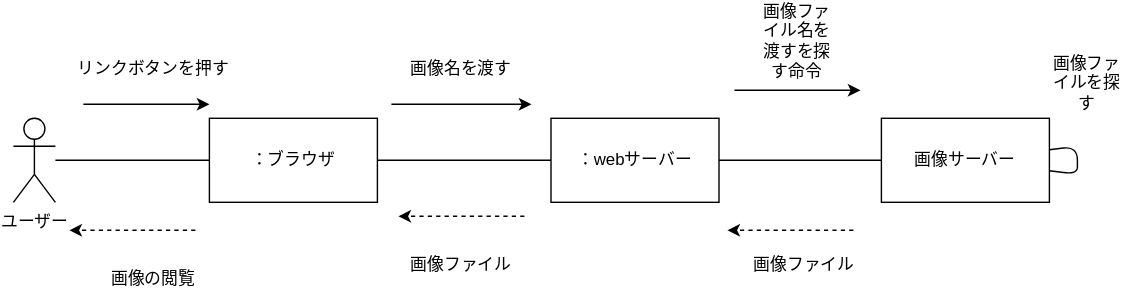
Above: 演習５-1_CD_Web画像検索.drawio.svg in allface017/uml-introduction (draw.io), before the change. Source tidied: cells renumbered, new cells last; positions are measured from the earlier drawing's top-left corner, leaving out a move shared by most shapes. Source of this version:
```xml
<mxGraphModel>
  <root>
    <mxCell id="0" />
    <mxCell id="1" parent="0" />
    <mxCell id="2" style="edgeStyle=none;html=1;endArrow=none;endFill=0;" parent="1" edge="1" source="3" target="5">
      <mxGeometry relative="1" as="geometry" />
    </mxCell>
    <mxCell id="3" value="ユーザー" style="shape=umlActor;verticalLabelPosition=bottom;verticalAlign=top;html=1;outlineConnect=0;" parent="1" vertex="1">
      <mxGeometry y="70" width="30" height="60" as="geometry" />
    </mxCell>
    <mxCell id="4" style="edgeStyle=none;html=1;endArrow=none;endFill=0;" parent="1" edge="1" source="5" target="7">
      <mxGeometry relative="1" as="geometry" />
    </mxCell>
    <mxCell id="5" value="：ブラウザ" style="rounded=0;whiteSpace=wrap;html=1;" parent="1" vertex="1">
      <mxGeometry x="140" y="70" width="120" height="60" as="geometry" />
    </mxCell>
    <mxCell id="6" style="edgeStyle=none;html=1;endArrow=none;endFill=0;" parent="1" edge="1" source="7" target="8">
      <mxGeometry relative="1" as="geometry" />
    </mxCell>
    <mxCell id="7" value="：webサーバー" style="rounded=0;whiteSpace=wrap;html=1;" parent="1" vertex="1">
      <mxGeometry x="384" y="70" width="120" height="60" as="geometry" />
    </mxCell>
    <mxCell id="8" value="画像サーバー" style="rounded=0;whiteSpace=wrap;html=1;" parent="1" vertex="1">
      <mxGeometry x="620" y="70" width="120" height="60" as="geometry" />
    </mxCell>
    <mxCell id="9" style="endArrow=classic;html=1;" parent="1" edge="1">
      <mxGeometry relative="1" as="geometry">
        <mxPoint x="50" y="60" as="sourcePoint" />
        <mxPoint x="140" y="60" as="targetPoint" />
        <Array as="points">
          <mxPoint x="80" y="60" />
        </Array>
      </mxGeometry>
    </mxCell>
    <mxCell id="10" value="リンクボタンを押す" style="text;html=1;strokeColor=none;fillColor=none;align=center;verticalAlign=middle;whiteSpace=wrap;rounded=0;" parent="1" vertex="1">
      <mxGeometry x="40" y="20" width="120" height="30" as="geometry" />
    </mxCell>
    <mxCell id="11" style="endArrow=classic;html=1;" parent="1" edge="1">
      <mxGeometry relative="1" as="geometry">
        <mxPoint x="270" y="60" as="sourcePoint" />
        <mxPoint x="370" y="60" as="targetPoint" />
      </mxGeometry>
    </mxCell>
    <mxCell id="12" value="画像名を渡す" style="text;html=1;strokeColor=none;fillColor=none;align=center;verticalAlign=middle;whiteSpace=wrap;rounded=0;" parent="1" vertex="1">
      <mxGeometry x="280" y="20" width="80" height="30" as="geometry" />
    </mxCell>
    <mxCell id="13" style="endArrow=classic;html=1;" parent="1" edge="1">
      <mxGeometry relative="1" as="geometry">
        <mxPoint x="515" y="50" as="sourcePoint" />
        <mxPoint x="605" y="50" as="targetPoint" />
      </mxGeometry>
    </mxCell>
    <mxCell id="14" value="画像ファイル名を渡すを探す命令" style="text;html=1;strokeColor=none;fillColor=none;align=center;verticalAlign=middle;whiteSpace=wrap;rounded=0;" parent="1" vertex="1">
      <mxGeometry x="530" width="60" height="30" as="geometry" />
    </mxCell>
    <mxCell id="15" style="edgeStyle=none;html=1;endArrow=none;endFill=0;" parent="1" edge="1" source="8" target="8">
      <mxGeometry relative="1" as="geometry" />
    </mxCell>
    <mxCell id="16" value="画像ファイルを探す" style="text;html=1;strokeColor=none;fillColor=none;align=center;verticalAlign=middle;whiteSpace=wrap;rounded=0;" parent="1" vertex="1">
      <mxGeometry x="737" y="30" width="60" height="30" as="geometry" />
    </mxCell>
    <mxCell id="17" style="endArrow=classic;html=1;dashed=1;" parent="1" edge="1">
      <mxGeometry relative="1" as="geometry">
        <mxPoint x="600" y="150" as="sourcePoint" />
        <mxPoint x="510" y="150" as="targetPoint" />
      </mxGeometry>
    </mxCell>
    <mxCell id="18" value="画像ファイル" style="text;html=1;strokeColor=none;fillColor=none;align=center;verticalAlign=middle;whiteSpace=wrap;rounded=0;" parent="1" vertex="1">
      <mxGeometry x="510" y="160" width="110" height="30" as="geometry" />
    </mxCell>
    <mxCell id="19" style="endArrow=classic;html=1;dashed=1;" parent="1" edge="1">
      <mxGeometry relative="1" as="geometry">
        <mxPoint x="365" y="140" as="sourcePoint" />
        <mxPoint x="275" y="140" as="targetPoint" />
      </mxGeometry>
    </mxCell>
    <mxCell id="20" value="画像ファイル" style="text;html=1;strokeColor=none;fillColor=none;align=center;verticalAlign=middle;whiteSpace=wrap;rounded=0;" parent="1" vertex="1">
      <mxGeometry x="275" y="160" width="90" height="30" as="geometry" />
    </mxCell>
    <mxCell id="21" style="endArrow=classic;html=1;dashed=1;" parent="1" edge="1">
      <mxGeometry relative="1" as="geometry">
        <mxPoint x="130" y="150" as="sourcePoint" />
        <mxPoint x="40" y="150" as="targetPoint" />
      </mxGeometry>
    </mxCell>
    <mxCell id="22" value="画像の閲覧" style="text;html=1;strokeColor=none;fillColor=none;align=center;verticalAlign=middle;whiteSpace=wrap;rounded=0;" parent="1" vertex="1">
      <mxGeometry x="55" y="170" width="90" height="30" as="geometry" />
    </mxCell>
  </root>
</mxGraphModel>
```
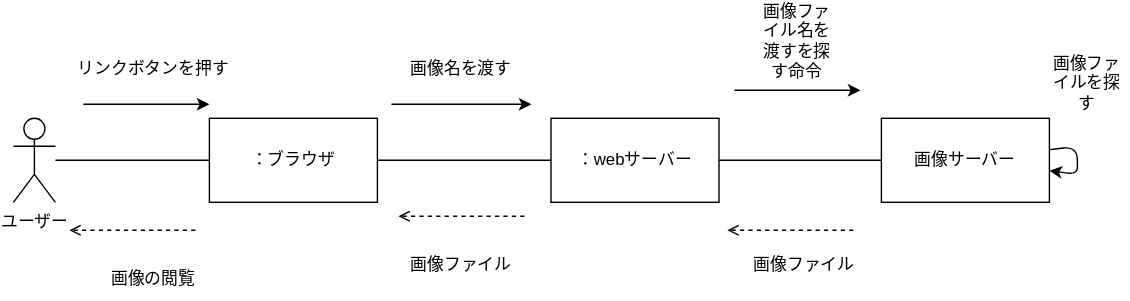
Above is the later version.

Commit message:
演習５ー１の 修正

The edit, as a diff of the source:
```diff
@@ -53,13 +53,13 @@
     <mxCell id="14" value="画像ファイル名を渡すを探す命令" style="text;html=1;strokeColor=none;fillColor=none;align=center;verticalAlign=middle;whiteSpace=wrap;rounded=0;" parent="1" vertex="1">
       <mxGeometry x="530" width="60" height="30" as="geometry" />
     </mxCell>
-    <mxCell id="15" style="edgeStyle=none;html=1;endArrow=none;endFill=0;" parent="1" edge="1" source="8" target="8">
+    <mxCell id="15" style="edgeStyle=none;html=1;endArrow=classic;endFill=1;" parent="1" edge="1" source="8" target="8">
       <mxGeometry relative="1" as="geometry" />
     </mxCell>
     <mxCell id="16" value="画像ファイルを探す" style="text;html=1;strokeColor=none;fillColor=none;align=center;verticalAlign=middle;whiteSpace=wrap;rounded=0;" parent="1" vertex="1">
       <mxGeometry x="737" y="30" width="60" height="30" as="geometry" />
     </mxCell>
-    <mxCell id="17" style="endArrow=classic;html=1;dashed=1;" parent="1" edge="1">
+    <mxCell id="17" style="endArrow=open;html=1;dashed=1;endFill=0;" parent="1" edge="1">
       <mxGeometry relative="1" as="geometry">
         <mxPoint x="600" y="150" as="sourcePoint" />
         <mxPoint x="510" y="150" as="targetPoint" />
@@ -68,7 +68,7 @@
     <mxCell id="18" value="画像ファイル" style="text;html=1;strokeColor=none;fillColor=none;align=center;verticalAlign=middle;whiteSpace=wrap;rounded=0;" parent="1" vertex="1">
       <mxGeometry x="510" y="160" width="110" height="30" as="geometry" />
     </mxCell>
-    <mxCell id="19" style="endArrow=classic;html=1;dashed=1;" parent="1" edge="1">
+    <mxCell id="19" style="endArrow=open;html=1;dashed=1;endFill=0;" parent="1" edge="1">
       <mxGeometry relative="1" as="geometry">
         <mxPoint x="365" y="140" as="sourcePoint" />
         <mxPoint x="275" y="140" as="targetPoint" />
@@ -77,7 +77,7 @@
     <mxCell id="20" value="画像ファイル" style="text;html=1;strokeColor=none;fillColor=none;align=center;verticalAlign=middle;whiteSpace=wrap;rounded=0;" parent="1" vertex="1">
       <mxGeometry x="275" y="160" width="90" height="30" as="geometry" />
     </mxCell>
-    <mxCell id="21" style="endArrow=classic;html=1;dashed=1;" parent="1" edge="1">
+    <mxCell id="21" style="endArrow=open;html=1;dashed=1;endFill=0;" parent="1" edge="1">
       <mxGeometry relative="1" as="geometry">
         <mxPoint x="130" y="150" as="sourcePoint" />
         <mxPoint x="40" y="150" as="targetPoint" />
```
